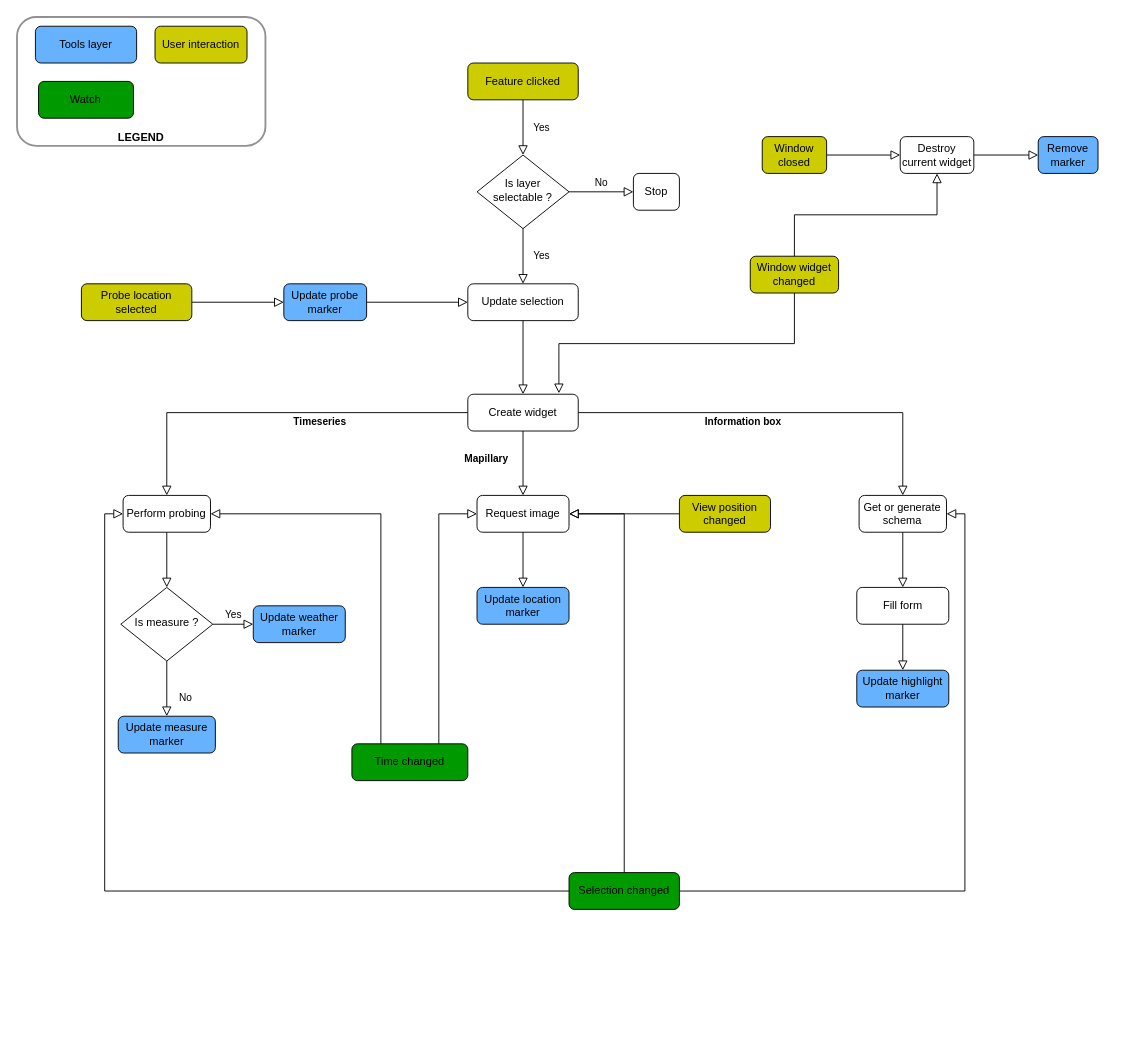
The draw.io diagram page "Version 1" (1 of 2) of docs/assets/Widgets Workflow Diagram.drawio in kalisio/kdk, before the edit. Source tidied: cells renumbered, new cells numbered last; positions are measured from the earlier drawing's top-left corner, leaving out a move shared by most shapes. Both pictures are drawn from the tidied source at 92%, with x=0, y=0 at pixel (17, 17).
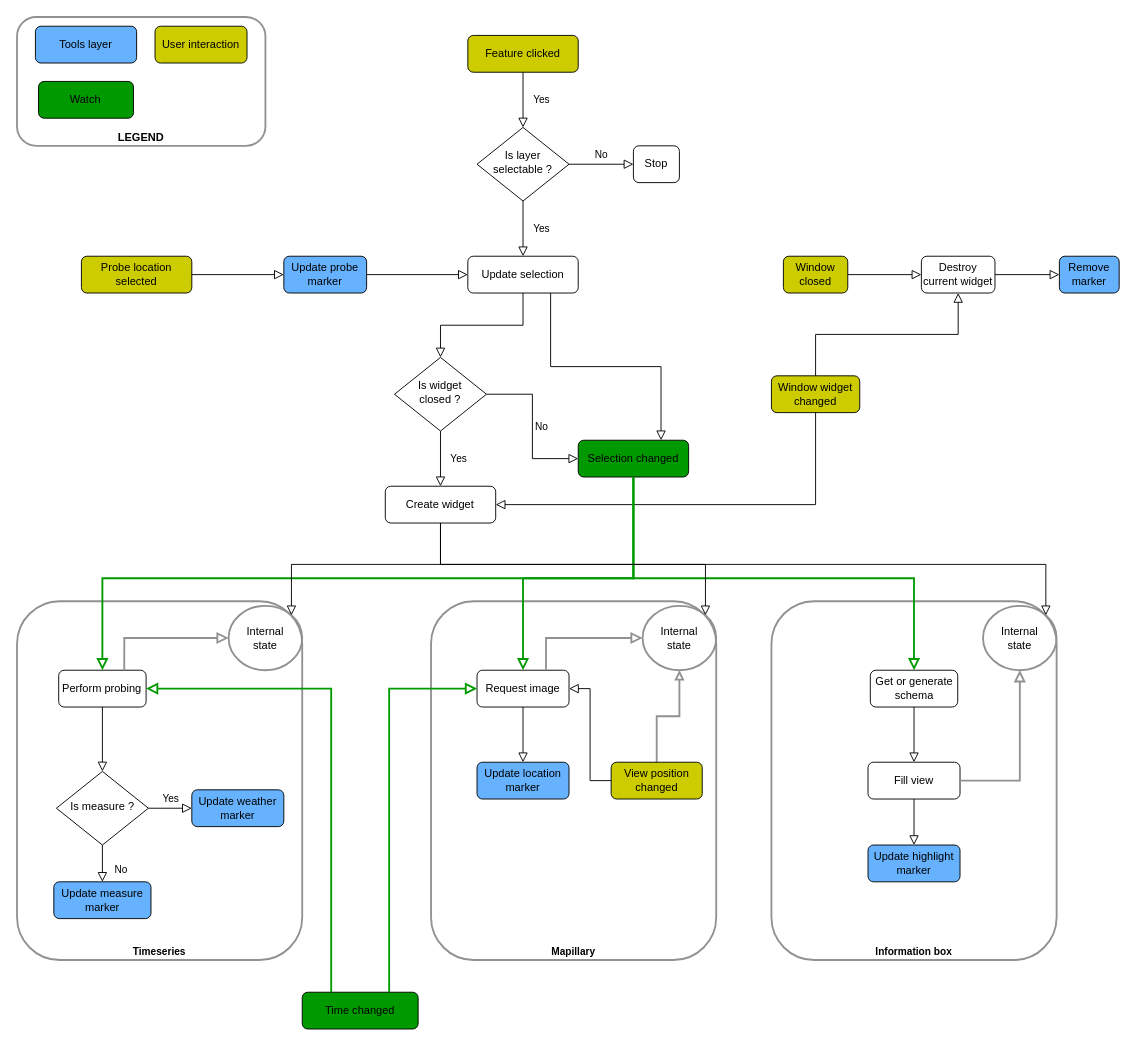
After the change.

Diff of the diagram source:
```diff
@@
+    <mxCell id="13" value="&lt;span style=&quot;font-size: 11px ; font-weight: 700&quot;&gt;Mapillary&lt;/span&gt;" style="rounded=1;whiteSpace=wrap;html=1;strokeColor=#919191;strokeWidth=2;fillColor=#FFFFFF00;verticalAlign=bottom;" parent="1" vertex="1">
+      <mxGeometry x="450" y="635" width="310" height="390" as="geometry" />
+    </mxCell>
+    <mxCell id="21" value="&lt;span style=&quot;font-size: 11px&quot;&gt;&lt;b&gt;Information box&lt;br&gt;&lt;/b&gt;&lt;/span&gt;" style="rounded=1;whiteSpace=wrap;html=1;strokeColor=#919191;strokeWidth=2;fillColor=#FFFFFF00;verticalAlign=bottom;" parent="1" vertex="1">
+      <mxGeometry x="820" y="635" width="310" height="390" as="geometry" />
+    </mxCell>
-    <mxCell id="2" value="Timeseries" style="rounded=0;html=1;jettySize=auto;fontSize=11;endArrow=block;endFill=0;endSize=8;strokeWidth=1;shadow=0;labelBackgroundColor=none;edgeStyle=orthogonalEdgeStyle;fontStyle=1;exitX=0;exitY=0.5;exitDx=0;exitDy=0;entryX=0.5;entryY=0;entryDx=0;entryDy=0;" parent="1" edge="1" source="34" target="9">
-      <mxGeometry x="-0.23" y="10" relative="1" as="geometry" />
+    <mxCell id="2" value="&lt;span style=&quot;font-size: 11px ; font-weight: 700&quot;&gt;Timeseries&lt;/span&gt;" style="rounded=1;whiteSpace=wrap;html=1;strokeColor=#919191;strokeWidth=2;fillColor=#FFFFFF00;verticalAlign=bottom;" parent="1" vertex="1">
+      <mxGeometry y="635" width="310" height="390" as="geometry" />
     </mxCell>
@@
     <mxCell id="5" value="Is measure ?" style="rhombus;whiteSpace=wrap;html=1;shadow=0;fontFamily=Helvetica;fontSize=12;align=center;strokeWidth=1;spacing=6;spacingTop=-4;" parent="1" vertex="1">
-      <mxGeometry x="112.8" y="620" width="100" height="80" as="geometry" />
+      <mxGeometry x="42.8" y="820" width="100" height="80" as="geometry" />
     </mxCell>
     <mxCell id="6" value="Update measure marker" style="rounded=1;whiteSpace=wrap;html=1;fontSize=12;glass=0;strokeWidth=1;shadow=0;fillColor=#66B2FF;" parent="1" vertex="1">
-      <mxGeometry x="110" y="760" width="105.6" height="40" as="geometry" />
+      <mxGeometry x="40" y="940" width="105.6" height="40" as="geometry" />
     </mxCell>
     <mxCell id="7" value="Update weather marker" style="rounded=1;whiteSpace=wrap;html=1;fontSize=12;glass=0;strokeWidth=1;shadow=0;fillColor=#66B2FF;" parent="1" vertex="1">
-      <mxGeometry x="256.8" y="640" width="100" height="40" as="geometry" />
+      <mxGeometry x="190" y="840" width="100" height="40" as="geometry" />
     </mxCell>
@@
     <mxCell id="9" value="Perform probing" style="rounded=1;whiteSpace=wrap;html=1;fontSize=12;glass=0;strokeWidth=1;shadow=0;" parent="1" vertex="1">
-      <mxGeometry x="115.3" y="520" width="95" height="40" as="geometry" />
+      <mxGeometry x="45.3" y="710" width="95" height="40" as="geometry" />
     </mxCell>
     <mxCell id="10" value="Update location marker" style="rounded=1;whiteSpace=wrap;html=1;fontSize=12;glass=0;strokeWidth=1;shadow=0;fillColor=#66B2FF;" parent="1" vertex="1">
-      <mxGeometry x="500" y="620" width="100" height="40" as="geometry" />
+      <mxGeometry x="500" y="810" width="100" height="40" as="geometry" />
     </mxCell>
     <mxCell id="11" value="Request image" style="rounded=1;whiteSpace=wrap;html=1;fontSize=12;glass=0;strokeWidth=1;shadow=0;" parent="1" vertex="1">
-      <mxGeometry x="500" y="520" width="100" height="40" as="geometry" />
+      <mxGeometry x="500" y="710" width="100" height="40" as="geometry" />
     </mxCell>
@@
-    <mxCell id="13" value="Mapillary" style="rounded=0;html=1;jettySize=auto;fontSize=11;endArrow=block;endFill=0;endSize=8;strokeWidth=1;shadow=0;labelBackgroundColor=none;edgeStyle=orthogonalEdgeStyle;fontStyle=1;exitX=0.5;exitY=1;exitDx=0;exitDy=0;entryX=0.5;entryY=0;entryDx=0;entryDy=0;" parent="1" edge="1" source="34" target="11">
-      <mxGeometry x="-0.14" y="-40" relative="1" as="geometry" />
-    </mxCell>
@@
     <mxCell id="16" value="Is layer selectable ?" style="rhombus;whiteSpace=wrap;html=1;shadow=0;fontFamily=Helvetica;fontSize=12;align=center;strokeWidth=1;spacing=6;spacingTop=-4;" parent="1" vertex="1">
-      <mxGeometry x="500" y="150" width="100" height="80" as="geometry" />
+      <mxGeometry x="500" y="120" width="100" height="80" as="geometry" />
     </mxCell>
     <mxCell id="17" value="Stop" style="rounded=1;whiteSpace=wrap;html=1;fontSize=12;glass=0;strokeWidth=1;shadow=0;" parent="1" vertex="1">
-      <mxGeometry x="670" y="170" width="50" height="40" as="geometry" />
+      <mxGeometry x="670" y="140" width="50" height="40" as="geometry" />
     </mxCell>
-    <mxCell id="18" value="Fill form" style="rounded=1;whiteSpace=wrap;html=1;fontSize=12;glass=0;strokeWidth=1;shadow=0;" parent="1" vertex="1">
-      <mxGeometry x="912.8" y="620" width="100" height="40" as="geometry" />
+    <mxCell id="18" value="Fill view" style="rounded=1;whiteSpace=wrap;html=1;fontSize=12;glass=0;strokeWidth=1;shadow=0;" parent="1" vertex="1">
+      <mxGeometry x="925" y="810" width="100" height="40" as="geometry" />
     </mxCell>
@@
     <mxCell id="20" value="Get or generate schema" style="rounded=1;whiteSpace=wrap;html=1;fontSize=12;glass=0;strokeWidth=1;shadow=0;" parent="1" vertex="1">
-      <mxGeometry x="915.3" y="520" width="95" height="40" as="geometry" />
+      <mxGeometry x="927.5" y="710" width="95" height="40" as="geometry" />
     </mxCell>
-    <mxCell id="21" value="Information box" style="rounded=0;html=1;jettySize=auto;fontSize=11;endArrow=block;endFill=0;endSize=8;strokeWidth=1;shadow=0;labelBackgroundColor=none;edgeStyle=orthogonalEdgeStyle;fontStyle=1;exitX=1;exitY=0.5;exitDx=0;exitDy=0;" parent="1" edge="1" source="34" target="20">
-      <mxGeometry x="-0.19" y="-10" relative="1" as="geometry" />
-    </mxCell>
     <mxCell id="22" value="Time changed" style="rounded=1;whiteSpace=wrap;html=1;fontSize=12;glass=0;strokeWidth=1;shadow=0;fillColor=#009900;" parent="1" vertex="1">
-      <mxGeometry x="364" y="790" width="126" height="40" as="geometry" />
+      <mxGeometry x="310" y="1060" width="126" height="40" as="geometry" />
     </mxCell>
-    <mxCell id="23" style="edgeStyle=orthogonalEdgeStyle;rounded=0;jettySize=auto;html=1;exitX=0.25;exitY=0;exitDx=0;exitDy=0;entryX=1;entryY=0.5;entryDx=0;entryDy=0;endArrow=block;endFill=0;endSize=8;" parent="1" edge="1" source="22" target="9">
+    <mxCell id="23" style="edgeStyle=orthogonalEdgeStyle;rounded=0;jettySize=auto;html=1;exitX=0.25;exitY=0;exitDx=0;exitDy=0;entryX=1;entryY=0.5;entryDx=0;entryDy=0;endArrow=block;endFill=0;endSize=8;strokeColor=#009900;strokeWidth=2;" parent="1" edge="1" source="22" target="9">
       <mxGeometry relative="1" as="geometry" />
     </mxCell>
-    <mxCell id="24" style="edgeStyle=orthogonalEdgeStyle;rounded=0;jettySize=auto;html=1;exitX=0.75;exitY=0;exitDx=0;exitDy=0;entryX=0;entryY=0.5;entryDx=0;entryDy=0;endArrow=block;endFill=0;endSize=8;" parent="1" edge="1" source="22" target="11">
+    <mxCell id="24" style="edgeStyle=orthogonalEdgeStyle;rounded=0;jettySize=auto;html=1;exitX=0.75;exitY=0;exitDx=0;exitDy=0;entryX=0;entryY=0.5;entryDx=0;entryDy=0;endArrow=block;endFill=0;endSize=8;strokeWidth=2;strokeColor=#009900;" parent="1" edge="1" source="22" target="11">
       <mxGeometry relative="1" as="geometry" />
     </mxCell>
     <mxCell id="25" value="Probe location selected" style="rounded=1;whiteSpace=wrap;html=1;fontSize=12;glass=0;strokeWidth=1;shadow=0;fillColor=#CCCC00;" parent="1" vertex="1">
-      <mxGeometry x="70" y="290" width="120" height="40" as="geometry" />
+      <mxGeometry x="70" y="260" width="120" height="40" as="geometry" />
     </mxCell>
@@
     <mxCell id="27" value="Window widget changed" style="rounded=1;whiteSpace=wrap;html=1;fontSize=12;glass=0;strokeWidth=1;shadow=0;fillColor=#CCCC00;" parent="1" vertex="1">
-      <mxGeometry x="797" y="260" width="96" height="40" as="geometry" />
+      <mxGeometry x="820" y="390" width="96" height="40" as="geometry" />
     </mxCell>
     <mxCell id="28" value="Destroy current widget" style="rounded=1;whiteSpace=wrap;html=1;fontSize=12;glass=0;strokeWidth=1;shadow=0;" parent="1" vertex="1">
-      <mxGeometry x="960" y="130" width="80" height="40" as="geometry" />
+      <mxGeometry x="983" y="260" width="80" height="40" as="geometry" />
     </mxCell>
@@
     <mxCell id="30" value="Remove&lt;br&gt;marker" style="rounded=1;whiteSpace=wrap;html=1;fontSize=12;glass=0;strokeWidth=1;shadow=0;fillColor=#66B2FF;" parent="1" vertex="1">
-      <mxGeometry x="1110" y="130" width="65" height="40" as="geometry" />
+      <mxGeometry x="1133" y="260" width="65" height="40" as="geometry" />
     </mxCell>
@@
     <mxCell id="32" value="Feature clicked" style="rounded=1;whiteSpace=wrap;html=1;fontSize=12;glass=0;strokeWidth=1;shadow=0;fillColor=#CCCC00;" parent="1" vertex="1">
-      <mxGeometry x="490" y="50" width="120" height="40" as="geometry" />
+      <mxGeometry x="490" y="20" width="120" height="40" as="geometry" />
     </mxCell>
     <mxCell id="33" value="Update selection" style="rounded=1;whiteSpace=wrap;html=1;fontSize=12;glass=0;strokeWidth=1;shadow=0;" parent="1" vertex="1">
-      <mxGeometry x="490" y="290" width="120" height="40" as="geometry" />
+      <mxGeometry x="490" y="260" width="120" height="40" as="geometry" />
     </mxCell>
     <mxCell id="34" value="Create widget" style="rounded=1;whiteSpace=wrap;html=1;fontSize=12;glass=0;strokeWidth=1;shadow=0;" parent="1" vertex="1">
-      <mxGeometry x="490" y="410" width="120" height="40" as="geometry" />
+      <mxGeometry x="400.3" y="510" width="120" height="40" as="geometry" />
     </mxCell>
-    <mxCell id="35" style="edgeStyle=orthogonalEdgeStyle;rounded=0;jettySize=auto;html=1;exitX=0.5;exitY=1;exitDx=0;exitDy=0;endArrow=block;endFill=0;endSize=8;entryX=0.5;entryY=0;entryDx=0;entryDy=0;" parent="1" edge="1" source="33" target="34">
+    <mxCell id="35" style="edgeStyle=orthogonalEdgeStyle;rounded=0;jettySize=auto;html=1;exitX=0.5;exitY=1;exitDx=0;exitDy=0;endArrow=block;endFill=0;endSize=8;entryX=0.5;entryY=0;entryDx=0;entryDy=0;" parent="1" edge="1" source="33" target="58">
       <mxGeometry relative="1" as="geometry" />
     </mxCell>
     <mxCell id="36" value="Window closed" style="rounded=1;whiteSpace=wrap;html=1;fillColor=#CCCC00;" parent="1" vertex="1">
-      <mxGeometry x="810" y="130" width="70" height="40" as="geometry" />
+      <mxGeometry x="833" y="260" width="70" height="40" as="geometry" />
     </mxCell>
     <mxCell id="37" value="Update highlight marker" style="rounded=1;whiteSpace=wrap;html=1;fontSize=12;glass=0;strokeWidth=1;shadow=0;fillColor=#66B2FF;" parent="1" vertex="1">
-      <mxGeometry x="912.8" y="710" width="100" height="40" as="geometry" />
+      <mxGeometry x="925" y="900" width="100" height="40" as="geometry" />
     </mxCell>
@@
-    <mxCell id="39" style="edgeStyle=orthogonalEdgeStyle;rounded=0;jettySize=auto;html=1;exitX=0.5;exitY=1;exitDx=0;exitDy=0;endArrow=block;endFill=0;endSize=8;entryX=0.825;entryY=-0.025;entryDx=0;entryDy=0;entryPerimeter=0;" parent="1" edge="1" source="27" target="34">
+    <mxCell id="39" style="edgeStyle=orthogonalEdgeStyle;rounded=0;jettySize=auto;html=1;exitX=0.5;exitY=1;exitDx=0;exitDy=0;endArrow=block;endFill=0;endSize=8;entryX=1;entryY=0.5;entryDx=0;entryDy=0;" parent="1" edge="1" source="27" target="34">
       <mxGeometry relative="1" as="geometry" />
     </mxCell>
@@
     <mxCell id="41" value="Update probe marker" style="rounded=1;whiteSpace=wrap;html=1;fontSize=12;glass=0;strokeWidth=1;shadow=0;fillColor=#66B2FF;" parent="1" vertex="1">
-      <mxGeometry x="290" y="290" width="90" height="40" as="geometry" />
+      <mxGeometry x="290" y="260" width="90" height="40" as="geometry" />
     </mxCell>
@@
+    <mxCell id="55" style="edgeStyle=orthogonalEdgeStyle;rounded=0;jettySize=auto;html=1;endArrow=block;endFill=0;strokeWidth=2;strokeColor=#919191;" parent="1" edge="1" source="43" target="61">
+      <mxGeometry relative="1" as="geometry" />
+    </mxCell>
     <mxCell id="43" value="View position changed" style="rounded=1;whiteSpace=wrap;html=1;fontSize=12;glass=0;strokeWidth=1;shadow=0;fillColor=#CCCC00;" parent="1" vertex="1">
-      <mxGeometry x="720" y="520" width="99" height="40" as="geometry" />
+      <mxGeometry x="645.8" y="810" width="99" height="40" as="geometry" />
     </mxCell>
@@
     <mxCell id="45" value="Selection changed" style="rounded=1;whiteSpace=wrap;html=1;fontSize=12;glass=0;strokeWidth=1;shadow=0;fillColor=#009900;" parent="1" vertex="1">
-      <mxGeometry x="600" y="930" width="120" height="40" as="geometry" />
+      <mxGeometry x="610" y="460" width="120" height="40" as="geometry" />
     </mxCell>
-    <mxCell id="46" style="edgeStyle=orthogonalEdgeStyle;rounded=0;jettySize=auto;html=1;exitX=0.5;exitY=0;exitDx=0;exitDy=0;entryX=1;entryY=0.5;entryDx=0;entryDy=0;endArrow=block;endFill=0;endSize=8;" parent="1" edge="1" source="45" target="11">
+    <mxCell id="46" style="edgeStyle=orthogonalEdgeStyle;rounded=0;jettySize=auto;html=1;exitX=0.5;exitY=1;exitDx=0;exitDy=0;entryX=0.5;entryY=0;entryDx=0;entryDy=0;endArrow=block;endFill=0;endSize=8;strokeWidth=2;strokeColor=#009900;" parent="1" edge="1" source="45" target="11">
       <mxGeometry relative="1" as="geometry">
         <Array as="points">
-          <mxPoint x="660" y="540" />
+          <mxPoint x="670" y="610" />
+          <mxPoint x="550" y="610" />
         </Array>
       </mxGeometry>
     </mxCell>
-    <mxCell id="47" style="edgeStyle=orthogonalEdgeStyle;rounded=0;jettySize=auto;html=1;exitX=0;exitY=0.5;exitDx=0;exitDy=0;entryX=0;entryY=0.5;entryDx=0;entryDy=0;endArrow=block;endFill=0;endSize=8;" parent="1" edge="1" source="45" target="9">
-      <mxGeometry relative="1" as="geometry" />
+    <mxCell id="47" style="edgeStyle=orthogonalEdgeStyle;rounded=0;jettySize=auto;html=1;exitX=0.5;exitY=1;exitDx=0;exitDy=0;entryX=0.5;entryY=0;entryDx=0;entryDy=0;endArrow=block;endFill=0;endSize=8;strokeWidth=2;strokeColor=#009900;" parent="1" edge="1" source="45" target="9">
+      <mxGeometry relative="1" as="geometry">
+        <Array as="points">
+          <mxPoint x="670" y="610" />
+          <mxPoint x="93" y="610" />
+        </Array>
+      </mxGeometry>
     </mxCell>
-    <mxCell id="48" style="edgeStyle=orthogonalEdgeStyle;rounded=0;jettySize=auto;html=1;exitX=1;exitY=0.5;exitDx=0;exitDy=0;entryX=1;entryY=0.5;entryDx=0;entryDy=0;endArrow=block;endFill=0;endSize=8;" parent="1" edge="1" source="45" target="20">
-      <mxGeometry relative="1" as="geometry" />
+    <mxCell id="48" style="edgeStyle=orthogonalEdgeStyle;rounded=0;jettySize=auto;html=1;exitX=0.5;exitY=1;exitDx=0;exitDy=0;endArrow=block;endFill=0;endSize=8;strokeColor=#009900;strokeWidth=2;" parent="1" edge="1" source="45" target="20">
+      <mxGeometry relative="1" as="geometry">
+        <Array as="points">
+          <mxPoint x="670" y="610" />
+          <mxPoint x="975" y="610" />
+        </Array>
+      </mxGeometry>
     </mxCell>
@@
+    <mxCell id="56" value="Yes" style="rounded=0;html=1;jettySize=auto;fontSize=11;endArrow=block;endFill=0;endSize=8;strokeWidth=1;shadow=0;labelBackgroundColor=none;edgeStyle=orthogonalEdgeStyle;" parent="1" edge="1" source="58" target="34">
+      <mxGeometry y="20" relative="1" as="geometry" />
+    </mxCell>
+    <mxCell id="57" value="No" style="edgeStyle=orthogonalEdgeStyle;rounded=0;html=1;jettySize=auto;fontSize=11;endArrow=block;endFill=0;endSize=8;strokeWidth=1;shadow=0;labelBackgroundColor=none;exitX=1;exitY=0.5;exitDx=0;exitDy=0;entryX=0;entryY=0.5;entryDx=0;entryDy=0;" parent="1" edge="1" source="58" target="45">
+      <mxGeometry y="10" relative="1" as="geometry" />
+    </mxCell>
+    <mxCell id="58" value="Is widget&lt;br&gt;closed ?" style="rhombus;whiteSpace=wrap;html=1;shadow=0;fontFamily=Helvetica;fontSize=12;align=center;strokeWidth=1;spacing=6;spacingTop=-4;" parent="1" vertex="1">
+      <mxGeometry x="410.3" y="370" width="100" height="80" as="geometry" />
+    </mxCell>
+    <mxCell id="59" style="edgeStyle=orthogonalEdgeStyle;rounded=0;jettySize=auto;html=1;endArrow=block;endFill=0;endSize=8;entryX=0.75;entryY=0;entryDx=0;entryDy=0;exitX=0.75;exitY=1;exitDx=0;exitDy=0;" parent="1" edge="1" source="33" target="45">
+      <mxGeometry relative="1" as="geometry" />
+    </mxCell>
+    <mxCell id="60" value="Internal&lt;br&gt;state" style="ellipse;whiteSpace=wrap;html=1;strokeColor=#919191;strokeWidth=2;fillColor=#FFFFFF00;" parent="1" vertex="1">
+      <mxGeometry x="230" y="640" width="80" height="70" as="geometry" />
+    </mxCell>
+    <mxCell id="61" value="Internal&lt;br&gt;state" style="ellipse;whiteSpace=wrap;html=1;strokeColor=#919191;strokeWidth=2;fillColor=#FFFFFF00;" parent="1" vertex="1">
+      <mxGeometry x="680" y="640" width="80" height="70" as="geometry" />
+    </mxCell>
+    <mxCell id="62" value="Internal&lt;br&gt;state" style="ellipse;whiteSpace=wrap;html=1;strokeColor=#919191;strokeWidth=2;fillColor=#FFFFFF00;" parent="1" vertex="1">
+      <mxGeometry x="1050" y="640" width="80" height="70" as="geometry" />
+    </mxCell>
+    <mxCell id="63" style="edgeStyle=orthogonalEdgeStyle;rounded=0;jettySize=auto;html=1;exitX=0.5;exitY=1;exitDx=0;exitDy=0;endArrow=block;endFill=0;endSize=8;entryX=1;entryY=0;entryDx=0;entryDy=0;" parent="1" edge="1" source="34" target="60">
+      <mxGeometry relative="1" as="geometry" />
+    </mxCell>
+    <mxCell id="64" style="edgeStyle=orthogonalEdgeStyle;rounded=0;jettySize=auto;html=1;exitX=0.5;exitY=1;exitDx=0;exitDy=0;endArrow=block;endFill=0;endSize=8;entryX=1;entryY=0;entryDx=0;entryDy=0;" parent="1" edge="1" source="34" target="61">
+      <mxGeometry relative="1" as="geometry" />
+    </mxCell>
+    <mxCell id="65" style="edgeStyle=orthogonalEdgeStyle;rounded=0;jettySize=auto;html=1;exitX=0.5;exitY=1;exitDx=0;exitDy=0;endArrow=block;endFill=0;endSize=8;entryX=1;entryY=0;entryDx=0;entryDy=0;" parent="1" edge="1" source="34" target="62">
+      <mxGeometry relative="1" as="geometry" />
+    </mxCell>
+    <mxCell id="66" style="edgeStyle=orthogonalEdgeStyle;rounded=0;jettySize=auto;html=1;endArrow=block;endFill=0;endSize=8;exitX=0.75;exitY=0;exitDx=0;exitDy=0;strokeWidth=2;strokeColor=#919191;" parent="1" edge="1" source="9" target="60">
+      <mxGeometry relative="1" as="geometry" />
+    </mxCell>
+    <mxCell id="67" style="edgeStyle=orthogonalEdgeStyle;rounded=0;jettySize=auto;html=1;endArrow=block;endFill=0;endSize=8;exitX=0.75;exitY=0;exitDx=0;exitDy=0;strokeWidth=2;strokeColor=#919191;" parent="1" edge="1" source="11" target="61">
+      <mxGeometry relative="1" as="geometry" />
+    </mxCell>
+    <mxCell id="68" style="edgeStyle=orthogonalEdgeStyle;rounded=0;jettySize=auto;html=1;endArrow=block;endFill=0;endSize=8;exitX=1;exitY=0.5;exitDx=0;exitDy=0;strokeColor=#919191;strokeWidth=2;" parent="1" edge="1" source="18" target="62">
+      <mxGeometry relative="1" as="geometry" />
+    </mxCell>
```
